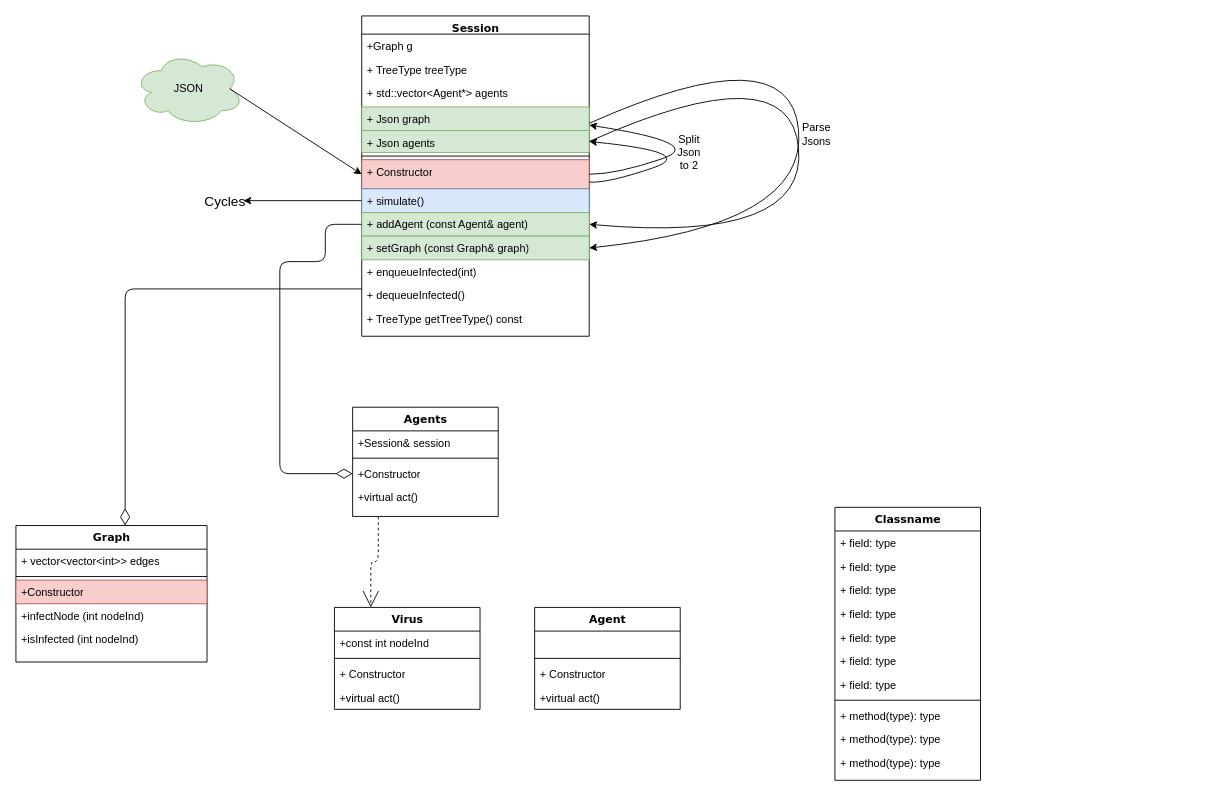
This is Untitled Diagram.drawio from Avoz194/Advanced-Programing---Ass1, a draw.io file, before an edit. Source tidied: cells renumbered, new cells numbered last; positions are measured from the earlier drawing's top-left corner, leaving out a move shared by most shapes. Both pictures are drawn from the tidied source at 91%, with x=0, y=0 at pixel (15, 15).
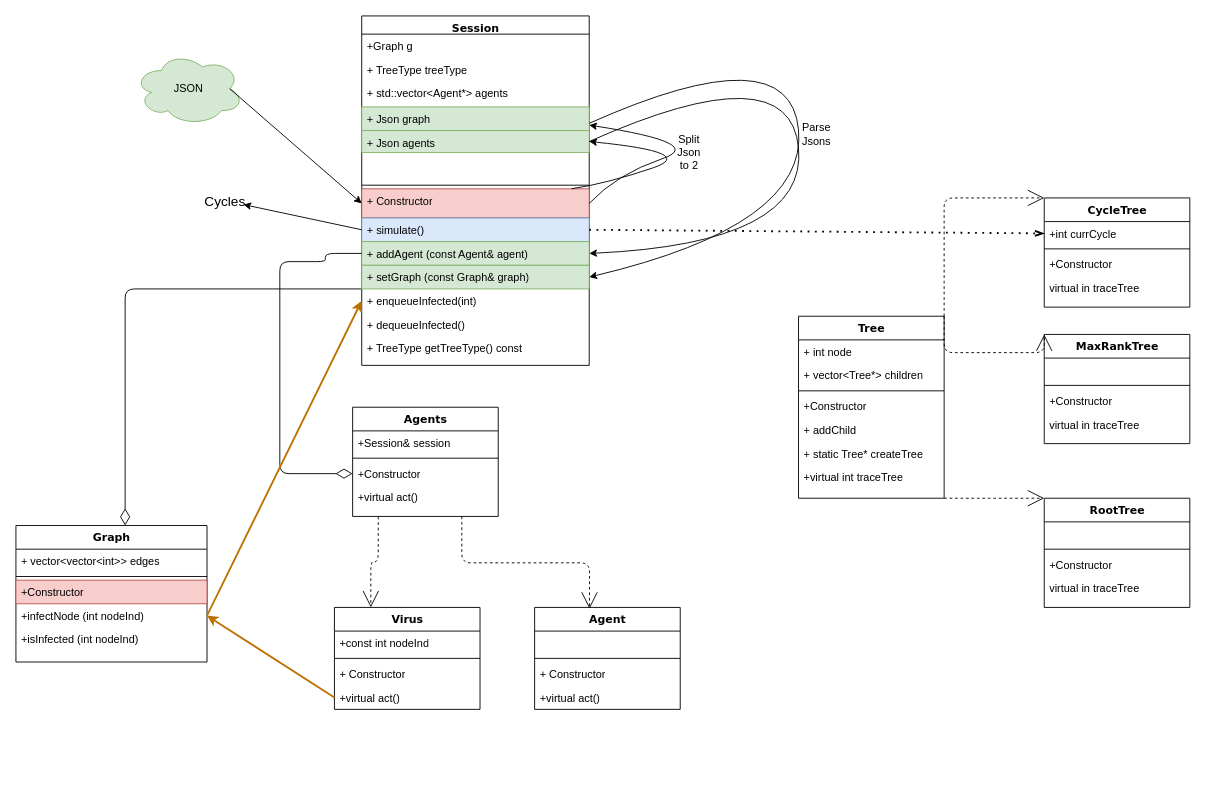
The same page after the edit.

The change refers to these unchanged cells:
```xml
<mxCell id="37" value="+infectNode (int nodeInd)" style="text;html=1;strokeColor=none;fillColor=none;align=left;verticalAlign=top;spacingLeft=4;spacingRight=4;whiteSpace=wrap;overflow=hidden;points=[[0,0.5],[1,0.5]];portConstraint=eastwest;" parent="33" vertex="1">
  <mxGeometry y="86" width="210" height="26" as="geometry" />
</mxCell>
<mxCell id="39" value="Agents" style="swimlane;html=1;fontStyle=1;align=center;verticalAlign=top;horizontal=1;startSize=26;swimlaneFillColor=#ffffff;rounded=0;shadow=0;comic=0;labelBackgroundColor=none;strokeWidth=1;fillColor=none;fontFamily=Verdana;fontSize=12;" parent="1" vertex="1">
  <mxGeometry x="370" y="430" width="160" height="120" as="geometry" />
</mxCell>
<mxCell id="48" value="+virtual act()" style="text;html=1;strokeColor=none;fillColor=none;align=left;verticalAlign=top;spacingLeft=4;spacingRight=4;whiteSpace=wrap;overflow=hidden;points=[[0,0.5],[1,0.5]];portConstraint=eastwest;" parent="44" vertex="1">
  <mxGeometry y="86" width="160" height="26" as="geometry" />
</mxCell>
<mxCell id="49" value="Agent" style="swimlane;html=1;fontStyle=1;align=center;verticalAlign=top;horizontal=1;startSize=26;swimlaneFillColor=#ffffff;rounded=0;shadow=0;comic=0;labelBackgroundColor=none;strokeWidth=1;fillColor=none;fontFamily=Verdana;fontSize=12;" parent="1" vertex="1">
  <mxGeometry x="570" y="650" width="160" height="112" as="geometry" />
</mxCell>
```

The edit, as a diff of the source:
```diff
@@
     <mxCell id="3" value="Session" style="swimlane;html=1;fontStyle=1;align=center;verticalAlign=top;horizontal=1;startSize=20;swimlaneFillColor=#ffffff;rounded=0;shadow=0;comic=0;labelBackgroundColor=none;strokeWidth=1;fillColor=none;fontFamily=Verdana;fontSize=12;" parent="1" vertex="1">
-      <mxGeometry x="380" width="250" height="352" as="geometry" />
+      <mxGeometry x="380" width="250" height="384" as="geometry" />
     </mxCell>
@@
+    <mxCell id="62" value="&amp;nbsp;" style="text;html=1;strokeColor=none;fillColor=none;align=left;verticalAlign=top;spacingLeft=4;spacingRight=4;whiteSpace=wrap;overflow=hidden;" parent="3" vertex="1">
+      <mxGeometry y="150" width="250" height="32" as="geometry" />
+    </mxCell>
     <mxCell id="9" style="line;html=1;strokeWidth=1;fillColor=none;align=left;verticalAlign=middle;spacingTop=-1;spacingLeft=3;spacingRight=3;labelPosition=right;" parent="3" vertex="1">
-      <mxGeometry y="150" width="250" height="8" as="geometry" />
+      <mxGeometry y="182" width="250" height="8" as="geometry" />
     </mxCell>
     <mxCell id="10" value="+ Constructor" style="text;html=1;strokeColor=#b85450;fillColor=#f8cecc;align=left;verticalAlign=top;spacingLeft=4;spacingRight=4;whiteSpace=wrap;overflow=hidden;points=[[0,0.5],[1,0.5]];portConstraint=eastwest;" parent="3" vertex="1">
-      <mxGeometry y="158" width="250" height="32" as="geometry" />
+      <mxGeometry y="190" width="250" height="32" as="geometry" />
     </mxCell>
     <mxCell id="11" value="+ simulate()" style="text;html=1;strokeColor=#6c8ebf;fillColor=#dae8fc;align=left;verticalAlign=top;spacingLeft=4;spacingRight=4;whiteSpace=wrap;overflow=hidden;points=[[0,0.5],[1,0.5]];portConstraint=eastwest;" parent="3" vertex="1">
-      <mxGeometry y="190" width="250" height="26" as="geometry" />
+      <mxGeometry y="222" width="250" height="26" as="geometry" />
     </mxCell>
     <mxCell id="12" value="+ addAgent (const Agent&amp;amp; agent)" style="text;html=1;strokeColor=#82b366;fillColor=#d5e8d4;align=left;verticalAlign=top;spacingLeft=4;spacingRight=4;whiteSpace=wrap;overflow=hidden;points=[[0,0.5],[1,0.5]];portConstraint=eastwest;" parent="3" vertex="1">
-      <mxGeometry y="216" width="250" height="26" as="geometry" />
+      <mxGeometry y="248" width="250" height="26" as="geometry" />
     </mxCell>
     <mxCell id="13" value="+ setGraph (const Graph&amp;amp; graph)" style="text;html=1;strokeColor=#82b366;fillColor=#d5e8d4;align=left;verticalAlign=top;spacingLeft=4;spacingRight=4;whiteSpace=wrap;overflow=hidden;points=[[0,0.5],[1,0.5]];portConstraint=eastwest;" parent="3" vertex="1">
-      <mxGeometry y="242" width="250" height="26" as="geometry" />
+      <mxGeometry y="274" width="250" height="26" as="geometry" />
     </mxCell>
     <mxCell id="14" value="+ enqueueInfected(int)" style="text;html=1;strokeColor=none;fillColor=none;align=left;verticalAlign=top;spacingLeft=4;spacingRight=4;whiteSpace=wrap;overflow=hidden;points=[[0,0.5],[1,0.5]];portConstraint=eastwest;" parent="3" vertex="1">
-      <mxGeometry y="268" width="250" height="26" as="geometry" />
+      <mxGeometry y="300" width="250" height="26" as="geometry" />
     </mxCell>
     <mxCell id="15" value="+ dequeueInfected()" style="text;html=1;strokeColor=none;fillColor=none;align=left;verticalAlign=top;spacingLeft=4;spacingRight=4;whiteSpace=wrap;overflow=hidden;" parent="3" vertex="1">
-      <mxGeometry y="294" width="250" height="26" as="geometry" />
+      <mxGeometry y="326" width="250" height="26" as="geometry" />
     </mxCell>
     <mxCell id="16" value="+ TreeType getTreeType() const" style="text;html=1;strokeColor=none;fillColor=none;align=left;verticalAlign=top;spacingLeft=4;spacingRight=4;whiteSpace=wrap;overflow=hidden;" parent="3" vertex="1">
-      <mxGeometry y="320" width="250" height="32" as="geometry" />
+      <mxGeometry y="352" width="250" height="32" as="geometry" />
     </mxCell>
@@
-    <mxCell id="21" value="Classname" style="swimlane;html=1;fontStyle=1;align=center;verticalAlign=top;horizontal=1;startSize=26;swimlaneFillColor=#ffffff;rounded=0;shadow=0;comic=0;labelBackgroundColor=none;strokeWidth=1;fillColor=none;fontFamily=Verdana;fontSize=12;" parent="1" vertex="1">
-      <mxGeometry x="900" y="540" width="160" height="300" as="geometry" />
+    <mxCell id="21" value="Tree" style="swimlane;html=1;fontStyle=1;align=center;verticalAlign=top;horizontal=1;startSize=26;swimlaneFillColor=#ffffff;rounded=0;shadow=0;comic=0;labelBackgroundColor=none;strokeWidth=1;fillColor=none;fontFamily=Verdana;fontSize=12;" parent="1" vertex="1">
+      <mxGeometry x="860" y="330" width="160" height="200" as="geometry" />
     </mxCell>
-    <mxCell id="22" value="+ field: type" style="text;html=1;strokeColor=none;fillColor=none;align=left;verticalAlign=top;spacingLeft=4;spacingRight=4;whiteSpace=wrap;overflow=hidden;" parent="21" vertex="1">
+    <mxCell id="22" value="+ int node" style="text;html=1;strokeColor=none;fillColor=none;align=left;verticalAlign=top;spacingLeft=4;spacingRight=4;whiteSpace=wrap;overflow=hidden;" parent="21" vertex="1">
       <mxGeometry y="26" width="160" height="26" as="geometry" />
     </mxCell>
-    <mxCell id="23" value="+ field: type" style="text;html=1;strokeColor=none;fillColor=none;align=left;verticalAlign=top;spacingLeft=4;spacingRight=4;whiteSpace=wrap;overflow=hidden;" parent="21" vertex="1">
-      <mxGeometry y="52" width="160" height="26" as="geometry" />
-    </mxCell>
-    <mxCell id="24" value="+ field: type" style="text;html=1;strokeColor=none;fillColor=none;align=left;verticalAlign=top;spacingLeft=4;spacingRight=4;whiteSpace=wrap;overflow=hidden;" parent="21" vertex="1">
-      <mxGeometry y="78" width="160" height="26" as="geometry" />
-    </mxCell>
-    <mxCell id="25" value="+ field: type" style="text;html=1;strokeColor=none;fillColor=none;align=left;verticalAlign=top;spacingLeft=4;spacingRight=4;whiteSpace=wrap;overflow=hidden;" parent="21" vertex="1">
-      <mxGeometry y="104" width="160" height="26" as="geometry" />
-    </mxCell>
-    <mxCell id="26" value="+ field: type" style="text;html=1;strokeColor=none;fillColor=none;align=left;verticalAlign=top;spacingLeft=4;spacingRight=4;whiteSpace=wrap;overflow=hidden;" parent="21" vertex="1">
-      <mxGeometry y="130" width="160" height="26" as="geometry" />
-    </mxCell>
-    <mxCell id="27" value="+ field: type" style="text;html=1;strokeColor=none;fillColor=none;align=left;verticalAlign=top;spacingLeft=4;spacingRight=4;whiteSpace=wrap;overflow=hidden;" parent="21" vertex="1">
-      <mxGeometry y="156" width="160" height="26" as="geometry" />
-    </mxCell>
-    <mxCell id="28" value="+ field: type" style="text;html=1;strokeColor=none;fillColor=none;align=left;verticalAlign=top;spacingLeft=4;spacingRight=4;whiteSpace=wrap;overflow=hidden;" parent="21" vertex="1">
-      <mxGeometry y="182" width="160" height="26" as="geometry" />
+    <mxCell id="28" value="+ vector&amp;lt;Tree*&amp;gt; children" style="text;html=1;strokeColor=none;fillColor=none;align=left;verticalAlign=top;spacingLeft=4;spacingRight=4;whiteSpace=wrap;overflow=hidden;" parent="21" vertex="1">
+      <mxGeometry y="52" width="160" height="26" as="geometry" />
     </mxCell>
     <mxCell id="29" style="line;html=1;strokeWidth=1;fillColor=none;align=left;verticalAlign=middle;spacingTop=-1;spacingLeft=3;spacingRight=3;labelPosition=right;" parent="21" vertex="1">
-      <mxGeometry y="208" width="160" height="8" as="geometry" />
+      <mxGeometry y="78" width="160" height="8" as="geometry" />
     </mxCell>
-    <mxCell id="30" value="+ method(type): type" style="text;html=1;strokeColor=none;fillColor=none;align=left;verticalAlign=top;spacingLeft=4;spacingRight=4;whiteSpace=wrap;overflow=hidden;" parent="21" vertex="1">
-      <mxGeometry y="216" width="160" height="26" as="geometry" />
+    <mxCell id="30" value="+Constructor" style="text;html=1;strokeColor=none;fillColor=none;align=left;verticalAlign=top;spacingLeft=4;spacingRight=4;whiteSpace=wrap;overflow=hidden;" parent="21" vertex="1">
+      <mxGeometry y="86" width="160" height="26" as="geometry" />
     </mxCell>
-    <mxCell id="31" value="+ method(type): type" style="text;html=1;strokeColor=none;fillColor=none;align=left;verticalAlign=top;spacingLeft=4;spacingRight=4;whiteSpace=wrap;overflow=hidden;" parent="21" vertex="1">
-      <mxGeometry y="242" width="160" height="26" as="geometry" />
+    <mxCell id="31" value="+ addChild" style="text;html=1;strokeColor=none;fillColor=none;align=left;verticalAlign=top;spacingLeft=4;spacingRight=4;whiteSpace=wrap;overflow=hidden;" parent="21" vertex="1">
+      <mxGeometry y="112" width="160" height="26" as="geometry" />
     </mxCell>
-    <mxCell id="32" value="+ method(type): type" style="text;html=1;strokeColor=none;fillColor=none;align=left;verticalAlign=top;spacingLeft=4;spacingRight=4;whiteSpace=wrap;overflow=hidden;" parent="21" vertex="1">
-      <mxGeometry y="268" width="160" height="26" as="geometry" />
+    <mxCell id="32" value="+ static Tree* createTree" style="text;html=1;strokeColor=none;fillColor=none;align=left;verticalAlign=top;spacingLeft=4;spacingRight=4;whiteSpace=wrap;overflow=hidden;" parent="21" vertex="1">
+      <mxGeometry y="138" width="160" height="26" as="geometry" />
     </mxCell>
+    <mxCell id="63" value="+virtual int traceTree" style="text;html=1;strokeColor=none;fillColor=none;align=left;verticalAlign=top;spacingLeft=4;spacingRight=4;whiteSpace=wrap;overflow=hidden;" parent="21" vertex="1">
+      <mxGeometry y="164" width="160" height="26" as="geometry" />
+    </mxCell>
@@
+    <mxCell id="64" value="CycleTree" style="swimlane;html=1;fontStyle=1;align=center;verticalAlign=top;horizontal=1;startSize=26;swimlaneFillColor=#ffffff;rounded=0;shadow=0;comic=0;labelBackgroundColor=none;strokeWidth=1;fillColor=none;fontFamily=Verdana;fontSize=12;" parent="1" vertex="1">
+      <mxGeometry x="1130" y="200" width="160" height="120" as="geometry" />
+    </mxCell>
+    <mxCell id="65" value="+int currCycle" style="text;html=1;strokeColor=none;fillColor=none;align=left;verticalAlign=top;spacingLeft=4;spacingRight=4;whiteSpace=wrap;overflow=hidden;points=[[0,0.5],[1,0.5]];portConstraint=eastwest;" parent="64" vertex="1">
+      <mxGeometry y="26" width="160" height="26" as="geometry" />
+    </mxCell>
+    <mxCell id="66" style="line;html=1;strokeWidth=1;fillColor=none;align=left;verticalAlign=middle;spacingTop=-1;spacingLeft=3;spacingRight=3;labelPosition=right;" parent="64" vertex="1">
+      <mxGeometry y="52" width="160" height="8" as="geometry" />
+    </mxCell>
+    <mxCell id="67" value="+Constructor" style="text;html=1;strokeColor=none;fillColor=none;align=left;verticalAlign=top;spacingLeft=4;spacingRight=4;whiteSpace=wrap;overflow=hidden;" parent="64" vertex="1">
+      <mxGeometry y="60" width="160" height="26" as="geometry" />
+    </mxCell>
+    <mxCell id="68" value="virtual in traceTree" style="text;html=1;strokeColor=none;fillColor=none;align=left;verticalAlign=top;spacingLeft=4;spacingRight=4;whiteSpace=wrap;overflow=hidden;" parent="64" vertex="1">
+      <mxGeometry y="86" width="160" height="26" as="geometry" />
+    </mxCell>
+    <mxCell id="69" style="edgeStyle=elbowEdgeStyle;html=1;labelBackgroundColor=none;startFill=0;startSize=8;endArrow=open;endFill=0;endSize=16;fontFamily=Verdana;fontSize=12;elbow=vertical;dashed=1;exitX=0.75;exitY=1;exitDx=0;exitDy=0;entryX=0.377;entryY=0.013;entryDx=0;entryDy=0;entryPerimeter=0;" parent="1" edge="1" source="39" target="49">
+      <mxGeometry relative="1" as="geometry" />
+    </mxCell>
+    <mxCell id="70" style="edgeStyle=elbowEdgeStyle;html=1;labelBackgroundColor=none;startFill=0;startSize=8;endArrow=open;endFill=0;endSize=16;fontFamily=Verdana;fontSize=12;elbow=vertical;dashed=1;exitX=1;exitY=0;exitDx=0;exitDy=0;entryX=0;entryY=0;entryDx=0;entryDy=0;" parent="1" edge="1" source="21" target="64">
+      <mxGeometry relative="1" as="geometry">
+        <Array as="points">
+          <mxPoint x="990" y="200" />
+        </Array>
+      </mxGeometry>
+    </mxCell>
+    <mxCell id="71" value="MaxRankTree" style="swimlane;html=1;fontStyle=1;align=center;verticalAlign=top;horizontal=1;startSize=26;swimlaneFillColor=#ffffff;rounded=0;shadow=0;comic=0;labelBackgroundColor=none;strokeWidth=1;fillColor=none;fontFamily=Verdana;fontSize=12;" parent="1" vertex="1">
+      <mxGeometry x="1130" y="350" width="160" height="120" as="geometry" />
+    </mxCell>
+    <mxCell id="72" value="&amp;nbsp;" style="text;html=1;strokeColor=none;fillColor=none;align=left;verticalAlign=top;spacingLeft=4;spacingRight=4;whiteSpace=wrap;overflow=hidden;" parent="71" vertex="1">
+      <mxGeometry y="26" width="160" height="26" as="geometry" />
+    </mxCell>
+    <mxCell id="73" style="line;html=1;strokeWidth=1;fillColor=none;align=left;verticalAlign=middle;spacingTop=-1;spacingLeft=3;spacingRight=3;labelPosition=right;" parent="71" vertex="1">
+      <mxGeometry y="52" width="160" height="8" as="geometry" />
+    </mxCell>
+    <mxCell id="74" value="+Constructor" style="text;html=1;strokeColor=none;fillColor=none;align=left;verticalAlign=top;spacingLeft=4;spacingRight=4;whiteSpace=wrap;overflow=hidden;" parent="71" vertex="1">
+      <mxGeometry y="60" width="160" height="26" as="geometry" />
+    </mxCell>
+    <mxCell id="75" value="virtual in traceTree" style="text;html=1;strokeColor=none;fillColor=none;align=left;verticalAlign=top;spacingLeft=4;spacingRight=4;whiteSpace=wrap;overflow=hidden;" parent="71" vertex="1">
+      <mxGeometry y="86" width="160" height="26" as="geometry" />
+    </mxCell>
+    <mxCell id="76" value="RootTree" style="swimlane;html=1;fontStyle=1;align=center;verticalAlign=top;horizontal=1;startSize=26;swimlaneFillColor=#ffffff;rounded=0;shadow=0;comic=0;labelBackgroundColor=none;strokeWidth=1;fillColor=none;fontFamily=Verdana;fontSize=12;" parent="1" vertex="1">
+      <mxGeometry x="1130" y="530" width="160" height="120" as="geometry" />
+    </mxCell>
+    <mxCell id="77" value="&amp;nbsp;" style="text;html=1;strokeColor=none;fillColor=none;align=left;verticalAlign=top;spacingLeft=4;spacingRight=4;whiteSpace=wrap;overflow=hidden;" parent="76" vertex="1">
+      <mxGeometry y="26" width="160" height="26" as="geometry" />
+    </mxCell>
+    <mxCell id="78" style="line;html=1;strokeWidth=1;fillColor=none;align=left;verticalAlign=middle;spacingTop=-1;spacingLeft=3;spacingRight=3;labelPosition=right;" parent="76" vertex="1">
+      <mxGeometry y="52" width="160" height="8" as="geometry" />
+    </mxCell>
+    <mxCell id="79" value="+Constructor" style="text;html=1;strokeColor=none;fillColor=none;align=left;verticalAlign=top;spacingLeft=4;spacingRight=4;whiteSpace=wrap;overflow=hidden;" parent="76" vertex="1">
+      <mxGeometry y="60" width="160" height="26" as="geometry" />
+    </mxCell>
+    <mxCell id="80" value="virtual in traceTree" style="text;html=1;strokeColor=none;fillColor=none;align=left;verticalAlign=top;spacingLeft=4;spacingRight=4;whiteSpace=wrap;overflow=hidden;" parent="76" vertex="1">
+      <mxGeometry y="86" width="160" height="26" as="geometry" />
+    </mxCell>
+    <mxCell id="81" style="edgeStyle=elbowEdgeStyle;html=1;labelBackgroundColor=none;startFill=0;startSize=8;endArrow=open;endFill=0;endSize=16;fontFamily=Verdana;fontSize=12;elbow=vertical;dashed=1;exitX=1;exitY=0;exitDx=0;exitDy=0;entryX=0;entryY=0;entryDx=0;entryDy=0;" parent="1" edge="1" source="21" target="71">
+      <mxGeometry relative="1" as="geometry">
+        <Array as="points">
+          <mxPoint x="1080" y="370" />
+        </Array>
+      </mxGeometry>
+    </mxCell>
+    <mxCell id="82" style="edgeStyle=elbowEdgeStyle;html=1;labelBackgroundColor=none;startFill=0;startSize=8;endArrow=open;endFill=0;endSize=16;fontFamily=Verdana;fontSize=12;elbow=vertical;dashed=1;exitX=1;exitY=1;exitDx=0;exitDy=0;entryX=0;entryY=0;entryDx=0;entryDy=0;" parent="1" edge="1" source="21" target="76">
+      <mxGeometry relative="1" as="geometry">
+        <Array as="points">
+          <mxPoint x="1080" y="530" />
+        </Array>
+      </mxGeometry>
+    </mxCell>
+    <mxCell id="83" style="endArrow=openThin;dashed=1;html=1;dashPattern=1 3;strokeWidth=2;exitX=1;exitY=0.5;exitDx=0;exitDy=0;entryX=0;entryY=0.5;entryDx=0;entryDy=0;startArrow=none;startFill=0;endFill=0;" parent="1" edge="1" source="11" target="65">
+      <mxGeometry relative="1" as="geometry" />
+    </mxCell>
+    <mxCell id="84" style="endArrow=classic;html=1;strokeWidth=2;exitX=0;exitY=0.5;exitDx=0;exitDy=0;entryX=1;entryY=0.5;entryDx=0;entryDy=0;fillColor=#f0a30a;strokeColor=#BD7000;" parent="1" edge="1" source="48" target="37">
+      <mxGeometry relative="1" as="geometry" />
+    </mxCell>
+    <mxCell id="85" style="endArrow=classic;html=1;strokeWidth=2;exitX=1;exitY=0.5;exitDx=0;exitDy=0;entryX=0;entryY=0.5;entryDx=0;entryDy=0;fillColor=#f0a30a;strokeColor=#BD7000;" parent="1" edge="1" source="37" target="14">
+      <mxGeometry relative="1" as="geometry" />
+    </mxCell>
```
